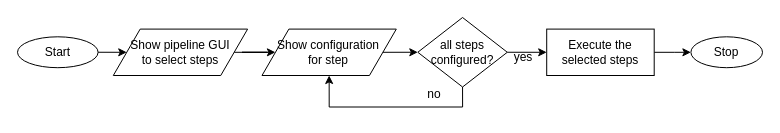
Above: page "only_standalone" (4 of 8) of server_mobile_connection.drawio in hiruna72/f5n (draw.io), before the change. Source tidied: cells renumbered, new cells numbered last; positions are measured from the earlier drawing's top-left corner, leaving out a move shared by most shapes. Both pictures are drawn from the tidied source at 100%, with x=0, y=0 at pixel (17, 17).
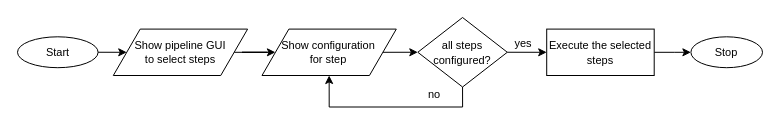
The same page after the edit.

Change to the diagram source:
```diff
@@
 <mxGraphModel>
   <root>
     <mxCell id="0" />
     <mxCell id="1" parent="0" />
     <mxCell id="2" style="group;" parent="1" vertex="1">
       <mxGeometry width="745" height="85" as="geometry" />
     </mxCell>
-    <mxCell id="3" value="Start" style="ellipse;whiteSpace=wrap;html=1;" parent="2" vertex="1">
+    <mxCell id="3" value="&lt;font style=&quot;font-size: 11px&quot;&gt;Start&lt;/font&gt;" style="ellipse;whiteSpace=wrap;html=1;" parent="2" vertex="1">
       <mxGeometry y="19.3" width="80.6" height="30.9" as="geometry" />
     </mxCell>
-    <mxCell id="4" value="&lt;div&gt;Show pipeline GUI&lt;/div&gt;&lt;div&gt;to select steps&lt;/div&gt;" style="shape=parallelogram;perimeter=parallelogramPerimeter;whiteSpace=wrap;html=1;" parent="2" vertex="1">
+    <mxCell id="4" value="&lt;div style=&quot;font-size: 11px&quot;&gt;&lt;font style=&quot;font-size: 11px&quot;&gt;Show pipeline GUI&lt;/font&gt;&lt;/div&gt;&lt;div style=&quot;font-size: 11px&quot;&gt;&lt;font style=&quot;font-size: 11px&quot;&gt;to select steps&lt;/font&gt;&lt;/div&gt;" style="shape=parallelogram;perimeter=parallelogramPerimeter;whiteSpace=wrap;html=1;" parent="2" vertex="1">
       <mxGeometry x="95.8" y="11.6" width="134.3" height="46.4" as="geometry" />
     </mxCell>
     <mxCell id="5" style="edgeStyle=orthogonalEdgeStyle;rounded=0;jettySize=auto;html=1;exitX=1;exitY=0.5;exitDx=0;exitDy=0;entryX=0;entryY=0.5;entryDx=0;entryDy=0;" parent="2" edge="1" source="3" target="4">
       <mxGeometry relative="1" as="geometry" />
     </mxCell>
-    <mxCell id="6" value="&lt;div&gt;Show configuration&lt;/div&gt;&lt;div&gt;for step&lt;/div&gt;" style="shape=parallelogram;perimeter=parallelogramPerimeter;whiteSpace=wrap;html=1;" parent="2" vertex="1">
+    <mxCell id="6" value="&lt;div style=&quot;font-size: 11px&quot;&gt;&lt;font style=&quot;font-size: 11px&quot;&gt;Show configuration&lt;/font&gt;&lt;/div&gt;&lt;div style=&quot;font-size: 11px&quot;&gt;&lt;font style=&quot;font-size: 11px&quot;&gt;for step&lt;/font&gt;&lt;/div&gt;" style="shape=parallelogram;perimeter=parallelogramPerimeter;whiteSpace=wrap;html=1;" parent="2" vertex="1">
       <mxGeometry x="244.5" y="11.6" width="134.3" height="46.4" as="geometry" />
     </mxCell>
     <mxCell id="7" style="edgeStyle=orthogonalEdgeStyle;rounded=0;jettySize=auto;html=1;exitX=1;exitY=0.5;exitDx=0;exitDy=0;entryX=0;entryY=0.5;entryDx=0;entryDy=0;" parent="2" edge="1" source="4" target="6">
       <mxGeometry relative="1" as="geometry" />
     </mxCell>
     <mxCell id="8" style="edgeStyle=orthogonalEdgeStyle;rounded=0;jettySize=auto;html=1;exitX=0.5;exitY=1;exitDx=0;exitDy=0;entryX=0.5;entryY=1;entryDx=0;entryDy=0;" parent="2" edge="1" source="9" target="6">
       <mxGeometry relative="1" as="geometry" />
     </mxCell>
-    <mxCell id="9" value="all steps configured?" style="rhombus;whiteSpace=wrap;html=1;" parent="2" vertex="1">
+    <mxCell id="9" value="&lt;font style=&quot;font-size: 11px&quot;&gt;all steps configured?&lt;/font&gt;" style="rhombus;whiteSpace=wrap;html=1;" parent="2" vertex="1">
       <mxGeometry x="400.3" width="89.5" height="69.5" as="geometry" />
     </mxCell>
     <mxCell id="10" style="edgeStyle=orthogonalEdgeStyle;rounded=0;jettySize=auto;html=1;exitX=1;exitY=0.5;exitDx=0;exitDy=0;entryX=0;entryY=0.5;entryDx=0;entryDy=0;" parent="2" edge="1" source="6" target="9">
       <mxGeometry relative="1" as="geometry" />
     </mxCell>
-    <mxCell id="11" value="yes" style="text;html=1;strokeColor=none;fillColor=none;align=center;verticalAlign=middle;whiteSpace=wrap;rounded=0;" parent="2" vertex="1">
-      <mxGeometry x="488" y="32.5" width="35.8" height="15.5" as="geometry" />
+    <mxCell id="11" value="&lt;font style=&quot;font-size: 11px&quot;&gt;yes&lt;/font&gt;" style="text;html=1;strokeColor=none;fillColor=none;align=center;verticalAlign=middle;whiteSpace=wrap;rounded=0;" parent="2" vertex="1">
+      <mxGeometry x="488" y="18.5" width="35.8" height="15.5" as="geometry" />
     </mxCell>
-    <mxCell id="12" value="Stop" style="ellipse;whiteSpace=wrap;html=1;" parent="2" vertex="1">
+    <mxCell id="12" value="&lt;font style=&quot;font-size: 11px&quot;&gt;Stop&lt;/font&gt;" style="ellipse;whiteSpace=wrap;html=1;" parent="2" vertex="1">
       <mxGeometry x="673.4" y="19.3" width="71.6" height="30.9" as="geometry" />
     </mxCell>
-    <mxCell id="13" value="no" style="text;html=1;strokeColor=none;fillColor=none;align=center;verticalAlign=middle;whiteSpace=wrap;rounded=0;" parent="2" vertex="1">
+    <mxCell id="13" value="&lt;font style=&quot;font-size: 11px&quot;&gt;no&lt;/font&gt;" style="text;html=1;strokeColor=none;fillColor=none;align=center;verticalAlign=middle;whiteSpace=wrap;rounded=0;" parent="2" vertex="1">
       <mxGeometry x="398.5" y="69.5" width="35.8" height="15.5" as="geometry" />
     </mxCell>
     <mxCell id="14" style="edgeStyle=orthogonalEdgeStyle;rounded=0;jettySize=auto;html=1;exitX=1;exitY=0.5;exitDx=0;exitDy=0;" parent="2" edge="1" source="15" target="12">
       <mxGeometry relative="1" as="geometry" />
     </mxCell>
-    <mxCell id="15" value="Execute the selected steps" style="rounded=0;whiteSpace=wrap;html=1;" parent="2" vertex="1">
+    <mxCell id="15" value="&lt;font style=&quot;font-size: 11px&quot;&gt;Execute the selected steps&lt;/font&gt;" style="rounded=0;whiteSpace=wrap;html=1;" parent="2" vertex="1">
       <mxGeometry x="529.2" y="11.6" width="107.5" height="46.4" as="geometry" />
     </mxCell>
     <mxCell id="16" style="edgeStyle=orthogonalEdgeStyle;rounded=0;jettySize=auto;html=1;exitX=1;exitY=0.5;exitDx=0;exitDy=0;entryX=0;entryY=0.5;entryDx=0;entryDy=0;" parent="2" edge="1" source="9" target="15">
       <mxGeometry relative="1" as="geometry" />
     </mxCell>
   </root>
 </mxGraphModel>
```
